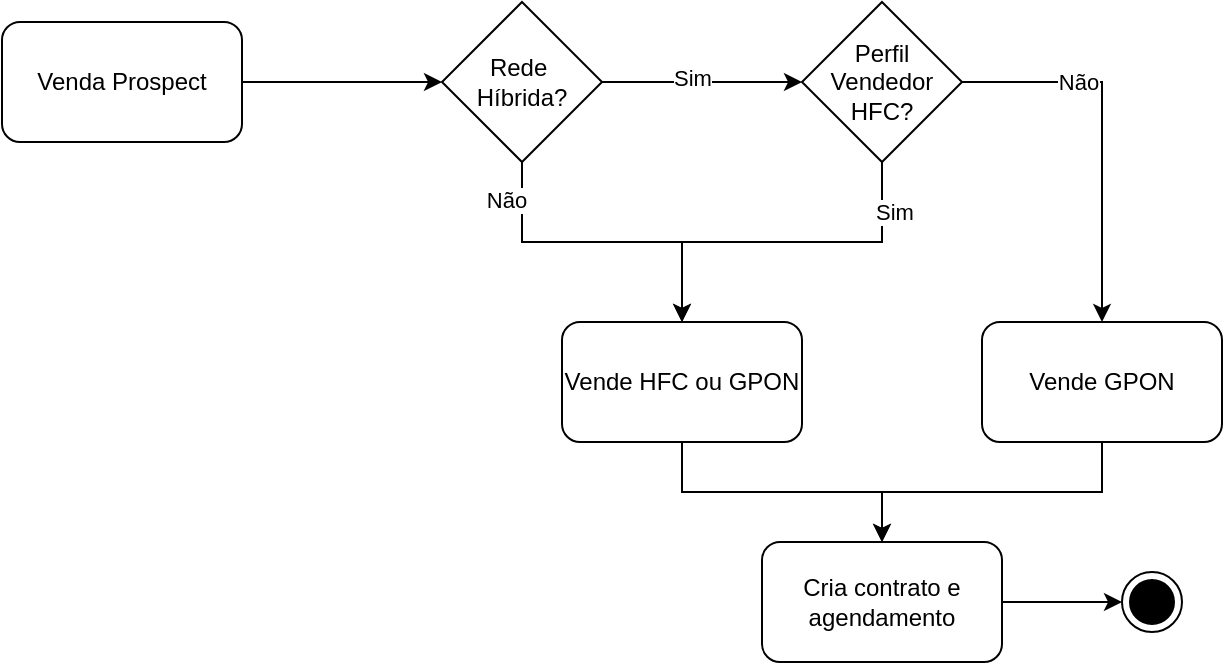
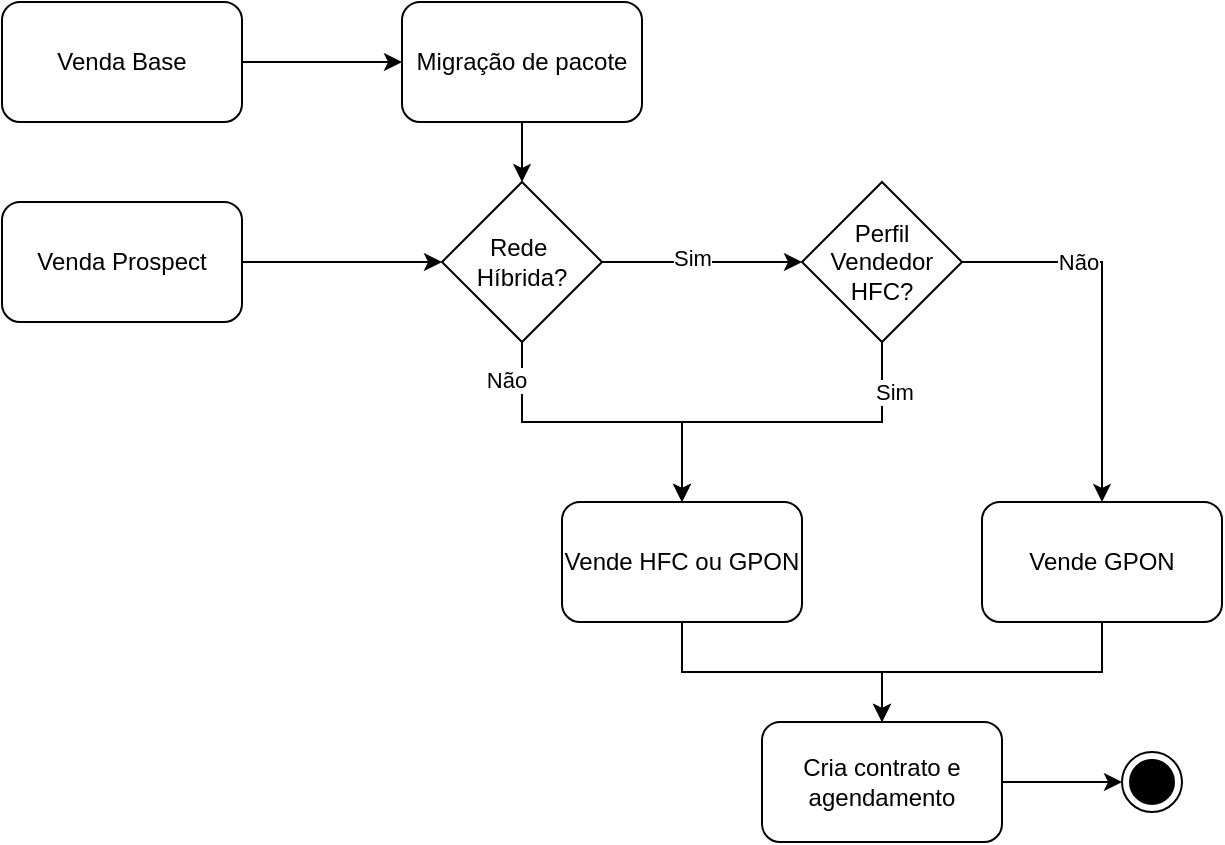
<mxfile host="app.diagrams.net">
  <diagram name="Página-1" id="3kMgELetRidybpeUExiU">
    <mxGraphModel dx="1030" dy="527" grid="1" gridSize="10" guides="1" tooltips="1" connect="1" arrows="1" fold="1" page="1" pageScale="1" pageWidth="827" pageHeight="1169" math="0" shadow="0">
      <root>
        <mxCell id="0" />
        <mxCell id="1" parent="0" />
        <mxCell id="n1KzrClI_lz3JJP6-aaw-4" edge="1" parent="1" source="n1KzrClI_lz3JJP6-aaw-1" style="edgeStyle=orthogonalEdgeStyle;rounded=0;orthogonalLoop=1;jettySize=auto;html=1;" target="n1KzrClI_lz3JJP6-aaw-7" value="">
          <mxGeometry relative="1" as="geometry">
-             <mxPoint x="280" y="110" as="targetPoint" />
+             <mxPoint x="280" y="200" as="targetPoint" />
          </mxGeometry>
        </mxCell>
        <mxCell id="n1KzrClI_lz3JJP6-aaw-1" parent="1" style="rounded=1;whiteSpace=wrap;html=1;" value="Venda Prospect" vertex="1">
-           <mxGeometry height="60" width="120" x="80" y="80" as="geometry" />
+           <mxGeometry height="60" width="120" x="80" y="170" as="geometry" />
        </mxCell>
        <mxCell id="n1KzrClI_lz3JJP6-aaw-9" edge="1" parent="1" source="n1KzrClI_lz3JJP6-aaw-7" style="edgeStyle=orthogonalEdgeStyle;rounded=0;orthogonalLoop=1;jettySize=auto;html=1;entryX=0;entryY=0.5;entryDx=0;entryDy=0;" target="n1KzrClI_lz3JJP6-aaw-10" value="">
          <mxGeometry relative="1" as="geometry">
-             <mxPoint x="440" y="110" as="targetPoint" />
+             <mxPoint x="440" y="200" as="targetPoint" />
          </mxGeometry>
        </mxCell>
        <mxCell id="n1KzrClI_lz3JJP6-aaw-14" connectable="0" parent="n1KzrClI_lz3JJP6-aaw-9" style="edgeLabel;html=1;align=center;verticalAlign=middle;resizable=0;points=[];" value="Sim" vertex="1">
          <mxGeometry relative="1" x="-0.1" y="2" as="geometry">
            <mxPoint as="offset" />
          </mxGeometry>
        </mxCell>
        <mxCell id="n1KzrClI_lz3JJP6-aaw-17" edge="1" parent="1" source="n1KzrClI_lz3JJP6-aaw-7" style="edgeStyle=orthogonalEdgeStyle;rounded=0;orthogonalLoop=1;jettySize=auto;html=1;entryX=0.5;entryY=0;entryDx=0;entryDy=0;" target="n1KzrClI_lz3JJP6-aaw-13">
          <mxGeometry relative="1" as="geometry" />
        </mxCell>
        <mxCell id="n1KzrClI_lz3JJP6-aaw-18" connectable="0" parent="n1KzrClI_lz3JJP6-aaw-17" style="edgeLabel;html=1;align=center;verticalAlign=middle;resizable=0;points=[];" value="Não" vertex="1">
          <mxGeometry relative="1" x="-0.536" y="-3" as="geometry">
            <mxPoint x="-5" y="-18" as="offset" />
          </mxGeometry>
        </mxCell>
        <mxCell id="n1KzrClI_lz3JJP6-aaw-7" parent="1" style="rhombus;whiteSpace=wrap;html=1;" value="Rede&amp;nbsp;&lt;div&gt;Híbrida?&lt;/div&gt;" vertex="1">
-           <mxGeometry height="80" width="80" x="300" y="70" as="geometry" />
+           <mxGeometry height="80" width="80" x="300" y="160" as="geometry" />
        </mxCell>
        <mxCell id="n1KzrClI_lz3JJP6-aaw-19" edge="1" parent="1" source="n1KzrClI_lz3JJP6-aaw-10" style="edgeStyle=orthogonalEdgeStyle;rounded=0;orthogonalLoop=1;jettySize=auto;html=1;" target="n1KzrClI_lz3JJP6-aaw-16">
          <mxGeometry relative="1" as="geometry" />
        </mxCell>
        <mxCell id="n1KzrClI_lz3JJP6-aaw-20" connectable="0" parent="n1KzrClI_lz3JJP6-aaw-19" style="edgeLabel;html=1;align=center;verticalAlign=middle;resizable=0;points=[];" value="Não" vertex="1">
          <mxGeometry relative="1" x="-0.3895" as="geometry">
            <mxPoint as="offset" />
          </mxGeometry>
        </mxCell>
        <mxCell id="n1KzrClI_lz3JJP6-aaw-22" edge="1" parent="1" source="n1KzrClI_lz3JJP6-aaw-10" style="edgeStyle=orthogonalEdgeStyle;rounded=0;orthogonalLoop=1;jettySize=auto;html=1;entryX=0.5;entryY=0;entryDx=0;entryDy=0;" target="n1KzrClI_lz3JJP6-aaw-13">
          <mxGeometry relative="1" as="geometry" />
        </mxCell>
        <mxCell id="n1KzrClI_lz3JJP6-aaw-23" connectable="0" parent="n1KzrClI_lz3JJP6-aaw-22" style="edgeLabel;html=1;align=center;verticalAlign=middle;resizable=0;points=[];" value="Sim" vertex="1">
          <mxGeometry relative="1" x="-0.3733" y="3" as="geometry">
            <mxPoint x="22" y="-18" as="offset" />
          </mxGeometry>
        </mxCell>
        <mxCell id="n1KzrClI_lz3JJP6-aaw-10" parent="1" style="rhombus;whiteSpace=wrap;html=1;" value="Perfil Vendedor HFC?" vertex="1">
-           <mxGeometry height="80" width="80" x="480" y="70" as="geometry" />
+           <mxGeometry height="80" width="80" x="480" y="160" as="geometry" />
        </mxCell>
        <mxCell id="n1KzrClI_lz3JJP6-aaw-25" edge="1" parent="1" source="n1KzrClI_lz3JJP6-aaw-13" style="edgeStyle=orthogonalEdgeStyle;rounded=0;orthogonalLoop=1;jettySize=auto;html=1;entryX=0.5;entryY=0;entryDx=0;entryDy=0;" target="n1KzrClI_lz3JJP6-aaw-24">
          <mxGeometry relative="1" as="geometry" />
        </mxCell>
        <mxCell id="n1KzrClI_lz3JJP6-aaw-13" parent="1" style="rounded=1;whiteSpace=wrap;html=1;" value="Vende HFC ou GPON" vertex="1">
-           <mxGeometry height="60" width="120" x="360" y="230" as="geometry" />
+           <mxGeometry height="60" width="120" x="360" y="320" as="geometry" />
        </mxCell>
        <mxCell id="n1KzrClI_lz3JJP6-aaw-26" edge="1" parent="1" source="n1KzrClI_lz3JJP6-aaw-16" style="edgeStyle=orthogonalEdgeStyle;rounded=0;orthogonalLoop=1;jettySize=auto;html=1;" target="n1KzrClI_lz3JJP6-aaw-24">
          <mxGeometry relative="1" as="geometry" />
        </mxCell>
        <mxCell id="n1KzrClI_lz3JJP6-aaw-16" parent="1" style="rounded=1;whiteSpace=wrap;html=1;" value="Vende GPON" vertex="1">
-           <mxGeometry height="60" width="120" x="570" y="230" as="geometry" />
+           <mxGeometry height="60" width="120" x="570" y="320" as="geometry" />
        </mxCell>
        <mxCell id="n1KzrClI_lz3JJP6-aaw-28" edge="1" parent="1" source="n1KzrClI_lz3JJP6-aaw-24" style="edgeStyle=orthogonalEdgeStyle;rounded=0;orthogonalLoop=1;jettySize=auto;html=1;" target="n1KzrClI_lz3JJP6-aaw-27">
          <mxGeometry relative="1" as="geometry" />
        </mxCell>
        <mxCell id="n1KzrClI_lz3JJP6-aaw-24" parent="1" style="rounded=1;whiteSpace=wrap;html=1;" value="Cria contrato e agendamento" vertex="1">
-           <mxGeometry height="60" width="120" x="460" y="340" as="geometry" />
+           <mxGeometry height="60" width="120" x="460" y="430" as="geometry" />
        </mxCell>
        <mxCell id="n1KzrClI_lz3JJP6-aaw-27" parent="1" style="ellipse;html=1;shape=endState;fillColor=strokeColor;" value="" vertex="1">
-           <mxGeometry height="30" width="30" x="640" y="355" as="geometry" />
+           <mxGeometry height="30" width="30" x="640" y="445" as="geometry" />
+         </mxCell>
+         <mxCell id="dcD2vmRarh8q4XiA1lDF-3" edge="1" parent="1" source="dcD2vmRarh8q4XiA1lDF-1" style="edgeStyle=orthogonalEdgeStyle;rounded=0;orthogonalLoop=1;jettySize=auto;html=1;" target="dcD2vmRarh8q4XiA1lDF-2" value="">
+           <mxGeometry relative="1" as="geometry" />
+         </mxCell>
+         <mxCell id="dcD2vmRarh8q4XiA1lDF-1" parent="1" style="rounded=1;whiteSpace=wrap;html=1;" value="Venda Base" vertex="1">
+           <mxGeometry height="60" width="120" x="80" y="70" as="geometry" />
+         </mxCell>
+         <mxCell id="dcD2vmRarh8q4XiA1lDF-4" edge="1" parent="1" source="dcD2vmRarh8q4XiA1lDF-2" style="edgeStyle=orthogonalEdgeStyle;rounded=0;orthogonalLoop=1;jettySize=auto;html=1;entryX=0.5;entryY=0;entryDx=0;entryDy=0;" target="n1KzrClI_lz3JJP6-aaw-7">
+           <mxGeometry relative="1" as="geometry" />
+         </mxCell>
+         <mxCell id="dcD2vmRarh8q4XiA1lDF-2" parent="1" style="rounded=1;whiteSpace=wrap;html=1;" value="Migração de pacote" vertex="1">
+           <mxGeometry height="60" width="120" x="280" y="70" as="geometry" />
        </mxCell>
      </root>
    </mxGraphModel>
  </diagram>
</mxfile>
